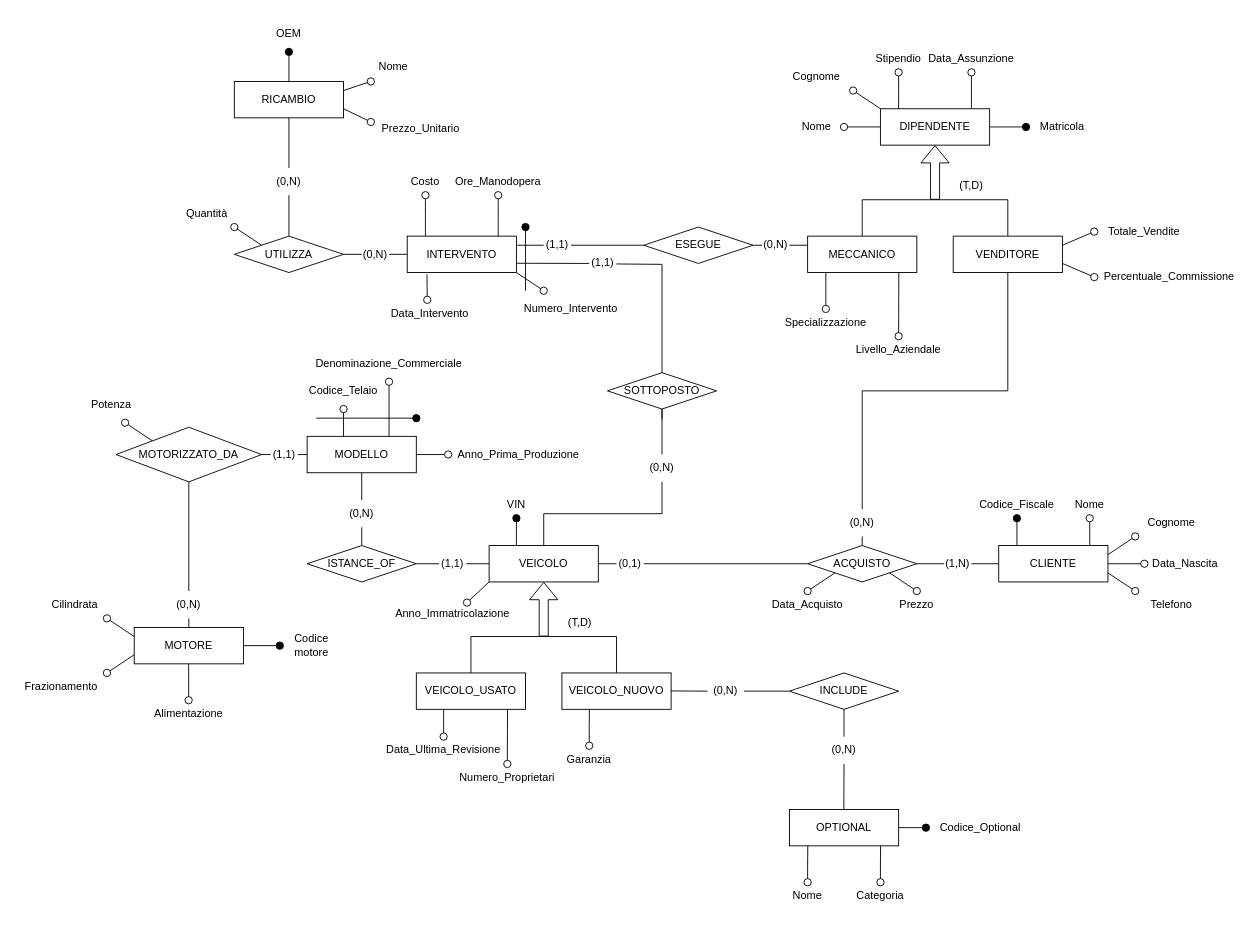
Before: Schema ER.drawio in Ahwrs/ProgettoBasi, a draw.io diagram. Source tidied: cells renumbered, new cells numbered last; positions are measured from the earlier drawing's top-left corner, leaving out a move shared by most shapes. Both pictures are drawn from the tidied source at 91%, with x=0, y=0 at pixel (15, 15).
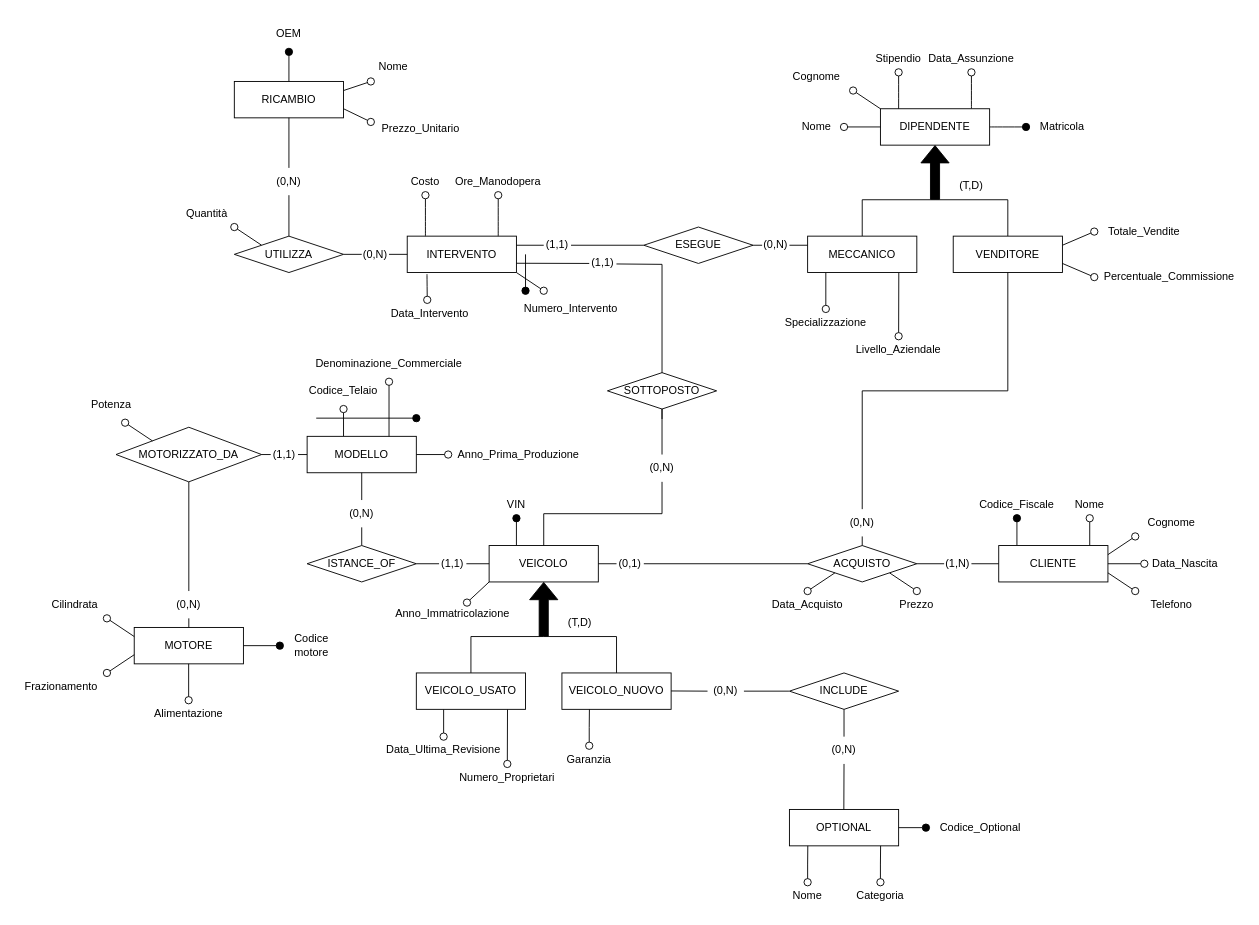
The same page after the edit.

Commit message:
Modifica Chiave Intervento

The change refers to these unchanged cells:
```xml
<mxCell id="5" value="VEICOLO" style="rounded=0;whiteSpace=wrap;html=1;" parent="1" vertex="1">
  <mxGeometry x="520" y="582" width="120" height="40" as="geometry" />
</mxCell>
```

What changed in the source:
```diff
@@
-    <mxCell id="13" style="shape=flexArrow;endArrow=classic;html=1;rounded=0;entryX=0.5;entryY=1;entryDx=0;entryDy=0;fillColor=default;" parent="1" edge="1" target="5">
+    <mxCell id="13" style="shape=flexArrow;endArrow=classic;html=1;rounded=0;entryX=0.5;entryY=1;entryDx=0;entryDy=0;fillColor=#000000;" parent="1" edge="1" target="5">
       <mxGeometry relative="1" as="geometry">
         <mxPoint x="580" y="682" as="sourcePoint" />
       </mxGeometry>
     </mxCell>
@@
-    <mxCell id="43" style="shape=flexArrow;endArrow=classic;html=1;rounded=0;entryX=0.5;entryY=1;entryDx=0;entryDy=0;fillColor=default;" parent="1" edge="1">
+    <mxCell id="43" style="shape=flexArrow;endArrow=classic;html=1;rounded=0;entryX=0.5;entryY=1;entryDx=0;entryDy=0;fillColor=#000000;" parent="1" edge="1">
       <mxGeometry relative="1" as="geometry">
         <mxPoint x="1010" y="202" as="sourcePoint" />
         <mxPoint x="1010" y="142" as="targetPoint" />
       </mxGeometry>
     </mxCell>
@@
     <mxCell id="133" style="endArrow=oval;html=1;rounded=0;endFill=1;startSize=8;endSize=8;" parent="1" edge="1">
       <mxGeometry relative="1" as="geometry">
-        <mxPoint x="560" y="302" as="sourcePoint" />
-        <mxPoint x="560" y="232" as="targetPoint" />
+        <mxPoint x="560" y="262" as="sourcePoint" />
+        <mxPoint x="560" y="302" as="targetPoint" />
       </mxGeometry>
     </mxCell>
```
